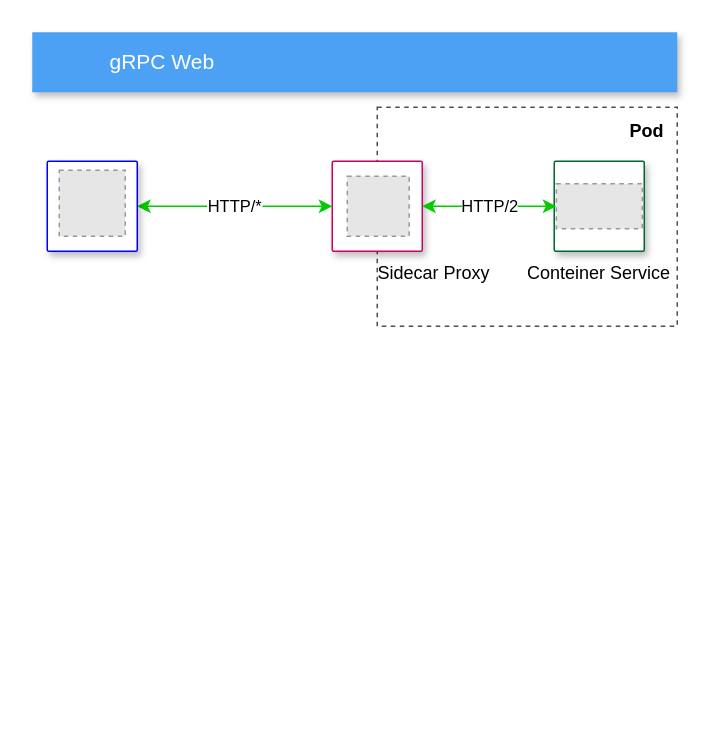
Earlier version of the draw.io diagram gRPC Envoy.drawio (josephlim75/technologies). Source tidied: cells renumbered, new cells numbered last; positions are measured from the earlier drawing's top-left corner, leaving out a move shared by most shapes. Both pictures are drawn from the tidied source at 150%, with x=0, y=0 at pixel (32, 32). Pictures stored in the file or linked from it are replaced by grey dashed boxes.
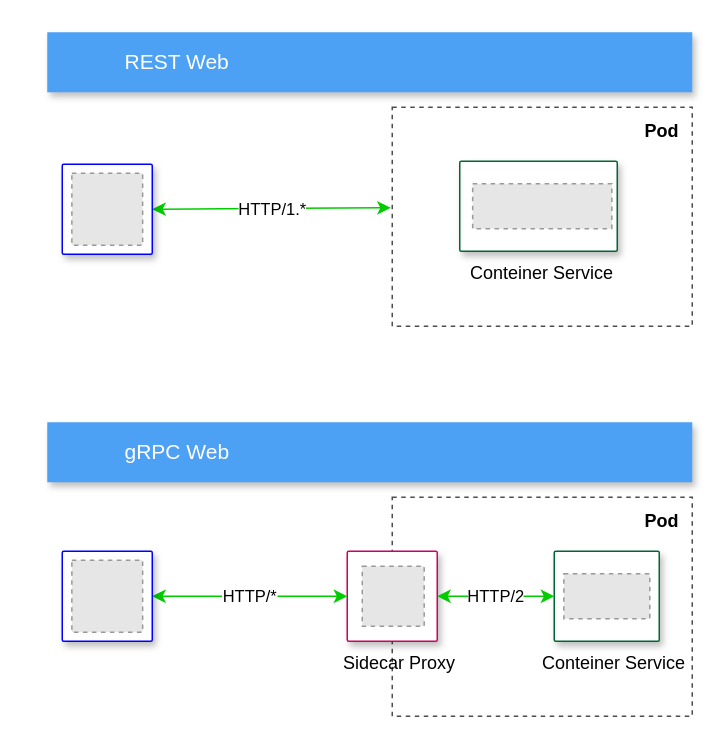
The same page after the edit.

The change refers to these unchanged cells:
```xml
<mxCell id="16" style="group;" parent="15" vertex="1">
  <mxGeometry width="60" height="60" as="geometry" />
</mxCell>
<mxCell id="17" style="strokeColor=#0000FF;fillColor=#ffffff;shadow=1;strokeWidth=1;rounded=1;absoluteArcSize=1;arcSize=2;fontSize=10;fontColor=#9E9E9E;align=left;html=1;" parent="16" vertex="1">
  <mxGeometry width="60" height="60" as="geometry" />
</mxCell>
```

Change to the diagram source:
```diff
@@
     <mxCell id="2" style="fillColor=none;strokeColor=#4D4D4D;shadow=0;gradientColor=none;fontSize=14;align=left;spacing=10;fontColor=#717171;9E9E9E;verticalAlign=top;spacingTop=-4;fontStyle=0;spacingLeft=40;html=1;dashed=1;" parent="1" vertex="1">
-      <mxGeometry x="230" y="50" width="200" height="146" as="geometry" />
+      <mxGeometry x="240" y="50" width="200" height="146" as="geometry" />
     </mxCell>
-    <mxCell id="3" value="gRPC Web" style="fillColor=#4DA1F5;strokeColor=none;shadow=1;gradientColor=none;fontSize=14;align=left;spacingLeft=50;fontColor=#ffffff;html=1;" parent="1" vertex="1">
-      <mxGeometry width="430" height="40" as="geometry" />
+    <mxCell id="3" value="REST Web" style="fillColor=#4DA1F5;strokeColor=none;shadow=1;gradientColor=none;fontSize=14;align=left;spacingLeft=50;fontColor=#ffffff;html=1;" parent="1" vertex="1">
+      <mxGeometry x="10" width="430" height="40" as="geometry" />
     </mxCell>
-    <mxCell id="4" style="group;" parent="1" vertex="1">
-      <mxGeometry x="348" y="86" width="60" height="60" as="geometry" />
-    </mxCell>
-    <mxCell id="5" style="strokeColor=#006633;fillColor=#ffffff;shadow=1;strokeWidth=1;rounded=1;absoluteArcSize=1;arcSize=2;fontSize=10;fontColor=#9E9E9E;align=left;html=1;" parent="4" vertex="1">
-      <mxGeometry width="60" height="60" as="geometry" />
-    </mxCell>
-    <mxCell id="6" style="fillColor=#E6E6E6;strokeColor=#999999;dashed=1;verticalLabelPosition=bottom;labelBackgroundColor=#ffffff;verticalAlign=top;" parent="4" vertex="1">
-      <mxGeometry x="1.4" y="15" width="57.3" height="30" as="geometry" />
-    </mxCell>
-    <mxCell id="7" style="group;" parent="1" vertex="1">
-      <mxGeometry x="200" y="86" width="60" height="60" as="geometry" />
-    </mxCell>
-    <mxCell id="8" style="strokeColor=#CC0066;fillColor=#ffffff;shadow=1;strokeWidth=1;rounded=1;absoluteArcSize=1;arcSize=2;fontSize=10;fontColor=#9E9E9E;align=left;html=1;" parent="7" vertex="1">
-      <mxGeometry width="60" height="60" as="geometry" />
-    </mxCell>
-    <mxCell id="9" style="fillColor=#E6E6E6;strokeColor=#999999;dashed=1;verticalLabelPosition=bottom;labelBackgroundColor=#ffffff;verticalAlign=top;" parent="7" vertex="1">
-      <mxGeometry x="10" y="10" width="41.3" height="40" as="geometry" />
-    </mxCell>
-    <mxCell id="10" value="Sidecar Proxy" style="text;html=1;strokeColor=none;fillColor=none;align=center;verticalAlign=middle;whiteSpace=wrap;rounded=0;" parent="1" vertex="1">
-      <mxGeometry x="213" y="156" width="110" height="10" as="geometry" />
-    </mxCell>
     <mxCell id="11" value="Conteiner Service" style="text;html=1;strokeColor=none;fillColor=none;align=center;verticalAlign=middle;whiteSpace=wrap;rounded=0;" parent="1" vertex="1">
-      <mxGeometry x="323" y="156" width="110" height="10" as="geometry" />
+      <mxGeometry x="285" y="156" width="110" height="10" as="geometry" />
     </mxCell>
     <mxCell id="12" value="Pod" style="text;html=1;strokeColor=none;fillColor=none;align=center;verticalAlign=middle;whiteSpace=wrap;rounded=0;dashed=1;fontStyle=1;" parent="1" vertex="1">
-      <mxGeometry x="390" y="56" width="40" height="20" as="geometry" />
+      <mxGeometry x="400" y="56" width="40" height="20" as="geometry" />
     </mxCell>
-    <mxCell id="13" value="HTTP/2" style="endArrow=classic;startArrow=classic;html=1;entryX=0;entryY=0.5;entryDx=0;entryDy=0;exitX=1;exitY=0.5;exitDx=0;exitDy=0;strokeColor=#00CC00;" parent="1" edge="1" source="8" target="6">
-      <mxGeometry relative="1" as="geometry" />
-    </mxCell>
-    <mxCell id="14" value="HTTP/*" style="endArrow=classic;startArrow=classic;html=1;entryX=0;entryY=0.5;entryDx=0;entryDy=0;exitX=1;exitY=0.5;exitDx=0;exitDy=0;strokeColor=#00CC00;" parent="1" edge="1" source="17" target="8">
+    <mxCell id="14" value="HTTP/1.*" style="endArrow=classic;startArrow=classic;html=1;entryX=-0.005;entryY=0.459;entryDx=0;entryDy=0;exitX=1;exitY=0.5;exitDx=0;exitDy=0;strokeColor=#00CC00;entryPerimeter=0;" parent="1" edge="1" source="17" target="2">
       <mxGeometry relative="1" as="geometry" />
     </mxCell>
     <mxCell id="15" style="group;" parent="1" vertex="1">
-      <mxGeometry x="10" y="86" width="60" height="60" as="geometry" />
+      <mxGeometry x="20" y="88" width="60" height="60" as="geometry" />
     </mxCell>
@@
-    <mxCell id="18" style="fillColor=#E6E6E6;strokeColor=#999999;dashed=1;html=1;verticalAlign=top;verticalLabelPosition=bottom;labelBackgroundColor=#ffffff;" parent="16" vertex="1">
-      <mxGeometry x="8" y="6" width="44" height="44" as="geometry" />
-    </mxCell>
+    <mxCell id="19" style="fillColor=#E6E6E6;strokeColor=#999999;dashed=1;verticalLabelPosition=bottom;labelBackgroundColor=#ffffff;verticalAlign=top;" parent="16" vertex="1">
+      <mxGeometry x="6.4" y="6" width="47.2" height="48" as="geometry" />
+    </mxCell>
+    <mxCell id="20" style="fillColor=none;strokeColor=#4D4D4D;shadow=0;gradientColor=none;fontSize=14;align=left;spacing=10;fontColor=#717171;9E9E9E;verticalAlign=top;spacingTop=-4;fontStyle=0;spacingLeft=40;html=1;dashed=1;" parent="1" vertex="1">
+      <mxGeometry x="240" y="310" width="200" height="146" as="geometry" />
+    </mxCell>
+    <mxCell id="21" value="gRPC Web" style="fillColor=#4DA1F5;strokeColor=none;shadow=1;gradientColor=none;fontSize=14;align=left;spacingLeft=50;fontColor=#ffffff;html=1;" parent="1" vertex="1">
+      <mxGeometry x="10" y="260" width="430" height="40" as="geometry" />
+    </mxCell>
+    <mxCell id="22" style="group;" parent="1" vertex="1">
+      <mxGeometry x="358" y="346" width="60" height="60" as="geometry" />
+    </mxCell>
+    <mxCell id="23" style="strokeColor=#006633;fillColor=#ffffff;shadow=1;strokeWidth=1;rounded=1;absoluteArcSize=1;arcSize=2;fontSize=10;fontColor=#9E9E9E;align=left;html=1;" parent="22" vertex="1">
+      <mxGeometry x="-10" width="70" height="60" as="geometry" />
+    </mxCell>
+    <mxCell id="24" style="fillColor=#E6E6E6;strokeColor=#999999;dashed=1;verticalLabelPosition=bottom;labelBackgroundColor=#ffffff;verticalAlign=top;" parent="22" vertex="1">
+      <mxGeometry x="-3.6" y="15" width="57.3" height="30" as="geometry" />
+    </mxCell>
+    <mxCell id="25" style="group;" parent="1" vertex="1">
+      <mxGeometry x="210" y="346" width="60" height="60" as="geometry" />
+    </mxCell>
+    <mxCell id="8" style="strokeColor=#CC0066;fillColor=#ffffff;shadow=1;strokeWidth=1;rounded=1;absoluteArcSize=1;arcSize=2;fontSize=10;fontColor=#9E9E9E;align=left;html=1;" parent="25" vertex="1">
+      <mxGeometry width="60" height="60" as="geometry" />
+    </mxCell>
+    <mxCell id="9" style="fillColor=#E6E6E6;strokeColor=#999999;dashed=1;verticalLabelPosition=bottom;labelBackgroundColor=#ffffff;verticalAlign=top;" parent="25" vertex="1">
+      <mxGeometry x="10" y="10" width="41.3" height="40" as="geometry" />
+    </mxCell>
+    <mxCell id="10" value="Sidecar Proxy" style="text;html=1;strokeColor=none;fillColor=none;align=center;verticalAlign=middle;whiteSpace=wrap;rounded=0;" parent="1" vertex="1">
+      <mxGeometry x="190" y="416" width="110" height="10" as="geometry" />
+    </mxCell>
+    <mxCell id="26" value="Conteiner Service" style="text;html=1;strokeColor=none;fillColor=none;align=center;verticalAlign=middle;whiteSpace=wrap;rounded=0;" parent="1" vertex="1">
+      <mxGeometry x="333" y="416" width="110" height="10" as="geometry" />
+    </mxCell>
+    <mxCell id="27" value="Pod" style="text;html=1;strokeColor=none;fillColor=none;align=center;verticalAlign=middle;whiteSpace=wrap;rounded=0;dashed=1;fontStyle=1;" parent="1" vertex="1">
+      <mxGeometry x="400" y="316" width="40" height="20" as="geometry" />
+    </mxCell>
+    <mxCell id="13" value="HTTP/2" style="endArrow=classic;startArrow=classic;html=1;exitX=1;exitY=0.5;exitDx=0;exitDy=0;strokeColor=#00CC00;entryX=0;entryY=0.5;entryDx=0;entryDy=0;" parent="1" edge="1" source="8" target="23">
+      <mxGeometry relative="1" as="geometry" />
+    </mxCell>
+    <mxCell id="28" value="HTTP/*" style="endArrow=classic;startArrow=classic;html=1;entryX=0;entryY=0.5;entryDx=0;entryDy=0;exitX=1;exitY=0.5;exitDx=0;exitDy=0;strokeColor=#00CC00;" parent="1" edge="1" source="31" target="8">
+      <mxGeometry relative="1" as="geometry" />
+    </mxCell>
+    <mxCell id="29" style="group;" parent="1" vertex="1">
+      <mxGeometry x="20" y="346" width="60" height="60" as="geometry" />
+    </mxCell>
+    <mxCell id="30" style="group;" parent="29" vertex="1">
+      <mxGeometry width="60" height="60" as="geometry" />
+    </mxCell>
+    <mxCell id="31" style="strokeColor=#0000FF;fillColor=#ffffff;shadow=1;strokeWidth=1;rounded=1;absoluteArcSize=1;arcSize=2;fontSize=10;fontColor=#9E9E9E;align=left;html=1;" parent="30" vertex="1">
+      <mxGeometry width="60" height="60" as="geometry" />
+    </mxCell>
+    <mxCell id="32" style="fillColor=#E6E6E6;strokeColor=#999999;dashed=1;verticalLabelPosition=bottom;labelBackgroundColor=#ffffff;verticalAlign=top;" parent="30" vertex="1">
+      <mxGeometry x="6.4" y="6" width="47.2" height="48" as="geometry" />
+    </mxCell>
+    <mxCell id="33" style="edgeStyle=orthogonalEdgeStyle;rounded=0;orthogonalLoop=1;jettySize=auto;html=1;exitX=0.5;exitY=1;exitDx=0;exitDy=0;" parent="1" edge="1" source="10" target="10">
+      <mxGeometry relative="1" as="geometry" />
+    </mxCell>
+    <mxCell id="6" style="fillColor=#E6E6E6;strokeColor=#999999;dashed=1;verticalLabelPosition=bottom;labelBackgroundColor=#ffffff;verticalAlign=top;" parent="1" vertex="1">
+      <mxGeometry x="311.4" y="101" width="57.3" height="30" as="geometry" />
+    </mxCell>
+    <mxCell id="5" style="strokeColor=#006633;fillColor=#ffffff;shadow=1;strokeWidth=1;rounded=1;absoluteArcSize=1;arcSize=2;fontSize=10;fontColor=#9E9E9E;align=left;html=1;" parent="1" vertex="1">
+      <mxGeometry x="285" y="86" width="105" height="60" as="geometry" />
+    </mxCell>
+    <mxCell id="34" style="fillColor=#E6E6E6;strokeColor=#999999;dashed=1;verticalLabelPosition=bottom;labelBackgroundColor=#ffffff;verticalAlign=top;" parent="1" vertex="1">
+      <mxGeometry x="293.6" y="101" width="92.8" height="30" as="geometry" />
+    </mxCell>
```
